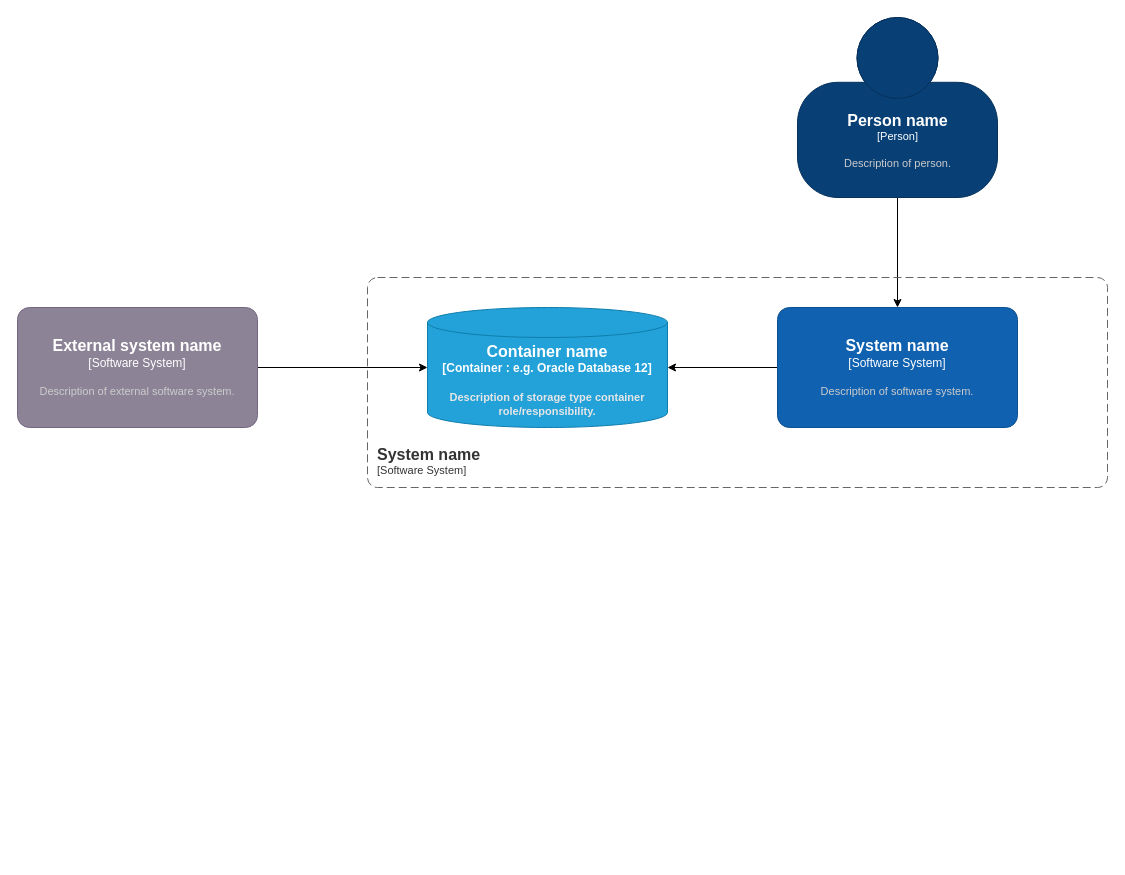
This is docs/desgingtest.drawio from jankb/kotlintest, a draw.io file, before an edit. Source tidied: cells renumbered, new cells numbered last; positions are measured from the earlier drawing's top-left corner, leaving out a move shared by most shapes. Both pictures are drawn from the tidied source at 100%, with x=0, y=0 at pixel (17, 17).
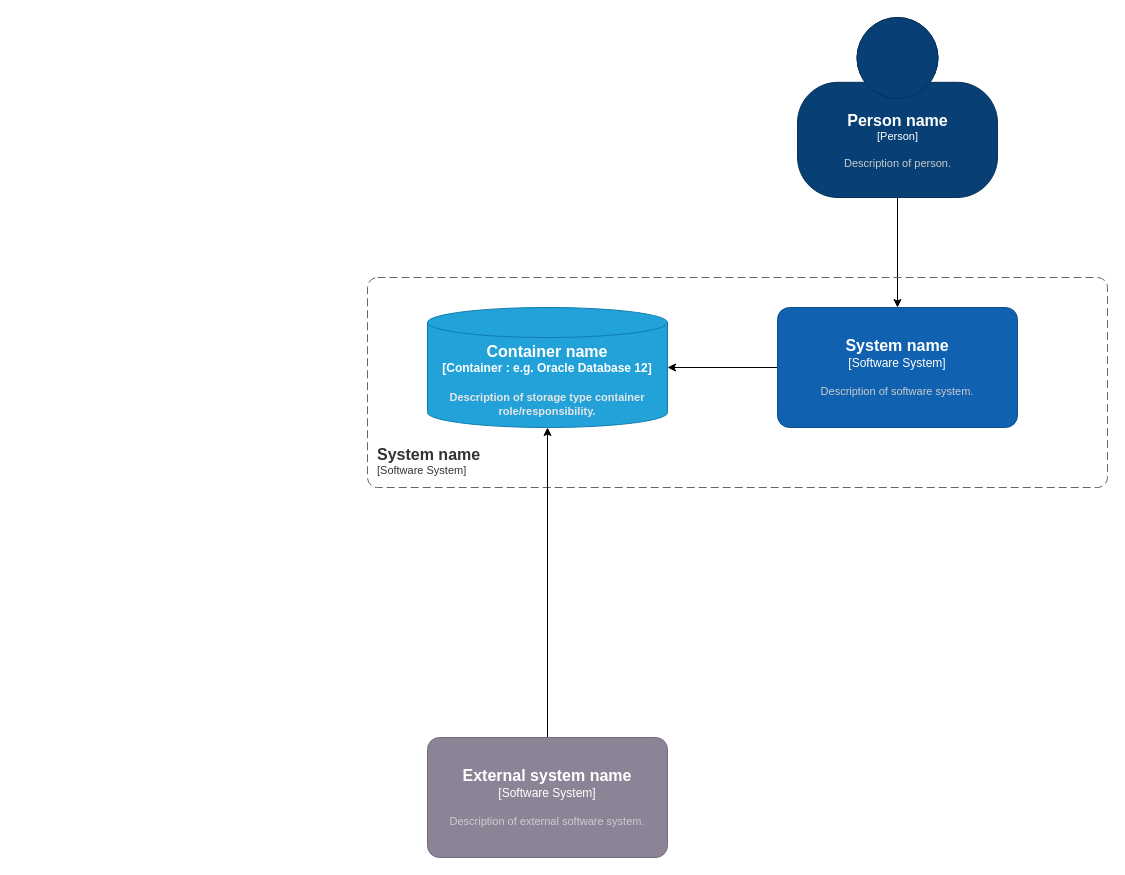
After the change.

The edit, as a diff of the source:
```diff
@@
 <mxGraphModel>
   <root>
     <mxCell id="0" />
     <mxCell id="1" parent="0" />
     <mxCell id="2" style="edgeStyle=orthogonalEdgeStyle;rounded=0;jettySize=auto;html=1;exitX=0.5;exitY=1;exitDx=0;exitDy=0;exitPerimeter=0;entryX=0.5;entryY=0;entryDx=0;entryDy=0;entryPerimeter=0;" parent="1" edge="1" source="3" target="6">
       <mxGeometry relative="1" as="geometry" />
     </mxCell>
     <object id="3" label="&lt;font style=&quot;font-size: 16px&quot;&gt;&lt;b&gt;%c4Name%&lt;/b&gt;&lt;/font&gt;&lt;div&gt;[%c4Type%]&lt;/div&gt;&lt;br&gt;&lt;div&gt;&lt;font style=&quot;font-size: 11px&quot;&gt;&lt;font color=&quot;#cccccc&quot;&gt;%c4Description%&lt;/font&gt;&lt;/div&gt;" c4Description="Description of person." c4Name="Person name" c4Type="Person" placeholders="1">
       <mxCell style="html=1;fontSize=11;dashed=0;whitespace=wrap;fillColor=#083F75;strokeColor=#06315C;fontColor=#ffffff;shape=mxgraph.c4.person2;align=center;points=[[0.5,0,0],[1,0.5,0],[1,0.75,0],[0.75,1,0],[0.5,1,0],[0.25,1,0],[0,0.75,0],[0,0.5,0]];" parent="1" vertex="1">
         <mxGeometry x="780" width="200" height="180" as="geometry" />
       </mxCell>
     </object>
     <object id="4" label="&lt;font style=&quot;font-size: 16px&quot;&gt;&lt;b&gt;%c4Type%&lt;/font&gt;&lt;div&gt;[%c4Container%:&amp;nbsp;%c4Technology%]&lt;/div&gt;&lt;br&gt;&lt;div&gt;&lt;font style=&quot;font-size: 11px&quot;&gt;&lt;font color=&quot;#E6E6E6&quot;&gt;%c4Description%&lt;/font&gt;&lt;/div&gt;" c4Container="Container " c4Description="Description of storage type container role/responsibility." c4Technology="e.g. Oracle Database 12" c4Type="Container name" placeholders="1">
       <mxCell style="shape=cylinder3;size=15;whiteSpace=wrap;html=1;boundedLbl=1;rounded=0;labelBackgroundColor=none;fillColor=#23A2D9;fontSize=12;fontColor=#ffffff;align=center;strokeColor=#0E7DAD;points=[[0.5,0,0],[1,0.25,0],[1,0.5,0],[1,0.75,0],[0.5,1,0],[0,0.75,0],[0,0.5,0],[0,0.25,0]];" parent="1" vertex="1">
         <mxGeometry x="410" y="290" width="240" height="120" as="geometry" />
       </mxCell>
     </object>
     <mxCell id="5" style="edgeStyle=orthogonalEdgeStyle;rounded=0;jettySize=auto;html=1;exitX=0;exitY=0.5;exitDx=0;exitDy=0;exitPerimeter=0;entryX=1;entryY=0.5;entryDx=0;entryDy=0;entryPerimeter=0;" parent="1" edge="1" source="6" target="4">
       <mxGeometry relative="1" as="geometry" />
     </mxCell>
     <object id="6" label="&lt;font style=&quot;font-size: 16px&quot;&gt;&lt;b&gt;%c4Name%&lt;/b&gt;&lt;/font&gt;&lt;div&gt;[%c4Type%]&lt;/div&gt;&lt;br&gt;&lt;div&gt;&lt;font style=&quot;font-size: 11px&quot;&gt;&lt;font color=&quot;#cccccc&quot;&gt;%c4Description%&lt;/font&gt;&lt;/div&gt;" c4Description="Description of software system." c4Name="System name" c4Type="Software System" placeholders="1">
       <mxCell style="rounded=1;whiteSpace=wrap;html=1;labelBackgroundColor=none;fillColor=#1061B0;fontColor=#ffffff;align=center;arcSize=10;strokeColor=#0D5091;points=[[0.25,0,0],[0.5,0,0],[0.75,0,0],[1,0.25,0],[1,0.5,0],[1,0.75,0],[0.75,1,0],[0.5,1,0],[0.25,1,0],[0,0.75,0],[0,0.5,0],[0,0.25,0]];" parent="1" vertex="1">
         <mxGeometry x="760" y="290" width="240" height="120" as="geometry" />
       </mxCell>
     </object>
     <object id="7" label="&lt;font style=&quot;font-size: 16px&quot;&gt;&lt;b&gt;&lt;div style=&quot;text-align: left&quot;&gt;%c4Name%&lt;/div&gt;&lt;/b&gt;&lt;/font&gt;&lt;div style=&quot;text-align: left&quot;&gt;[%c4Application%]&lt;/div&gt;" c4Application="Software System" c4Name="System name" placeholders="1">
       <mxCell style="rounded=1;fontSize=11;whiteSpace=wrap;html=1;dashed=1;arcSize=20;fillColor=none;strokeColor=#666666;fontColor=#333333;labelBackgroundColor=none;align=left;verticalAlign=bottom;labelBorderColor=none;spacingTop=0;spacing=10;dashPattern=8 4;perimeter=rectanglePerimeter;noLabel=0;labelPadding=0;absoluteArcSize=1;" parent="1" vertex="1">
         <mxGeometry x="350" y="260" width="740" height="210" as="geometry" />
       </mxCell>
     </object>
-    <mxCell id="8" style="edgeStyle=orthogonalEdgeStyle;rounded=0;jettySize=auto;html=1;exitX=1;exitY=0.5;exitDx=0;exitDy=0;exitPerimeter=0;" parent="1" edge="1" source="9" target="4">
+    <mxCell id="8" style="edgeStyle=orthogonalEdgeStyle;rounded=0;jettySize=auto;html=1;exitX=0.5;exitY=0;exitDx=0;exitDy=0;exitPerimeter=0;" parent="1" edge="1" source="9" target="4">
       <mxGeometry relative="1" as="geometry" />
     </mxCell>
     <object id="9" label="&lt;font style=&quot;font-size: 16px&quot;&gt;&lt;b&gt;%c4Name%&lt;/b&gt;&lt;/font&gt;&lt;div&gt;[%c4Type%]&lt;/div&gt;&lt;br&gt;&lt;div&gt;&lt;font style=&quot;font-size: 11px&quot;&gt;&lt;font color=&quot;#cccccc&quot;&gt;%c4Description%&lt;/font&gt;&lt;/div&gt;" c4Description="Description of external software system." c4Name="External system name" c4Type="Software System" placeholders="1">
       <mxCell style="rounded=1;whiteSpace=wrap;html=1;labelBackgroundColor=none;fillColor=#8C8496;fontColor=#ffffff;align=center;arcSize=10;strokeColor=#736782;points=[[0.25,0,0],[0.5,0,0],[0.75,0,0],[1,0.25,0],[1,0.5,0],[1,0.75,0],[0.75,1,0],[0.5,1,0],[0.25,1,0],[0,0.75,0],[0,0.5,0],[0,0.25,0]];" parent="1" vertex="1">
-        <mxGeometry y="290" width="240" height="120" as="geometry" />
+        <mxGeometry x="410" y="720" width="240" height="120" as="geometry" />
       </mxCell>
     </object>
   </root>
 </mxGraphModel>
```
